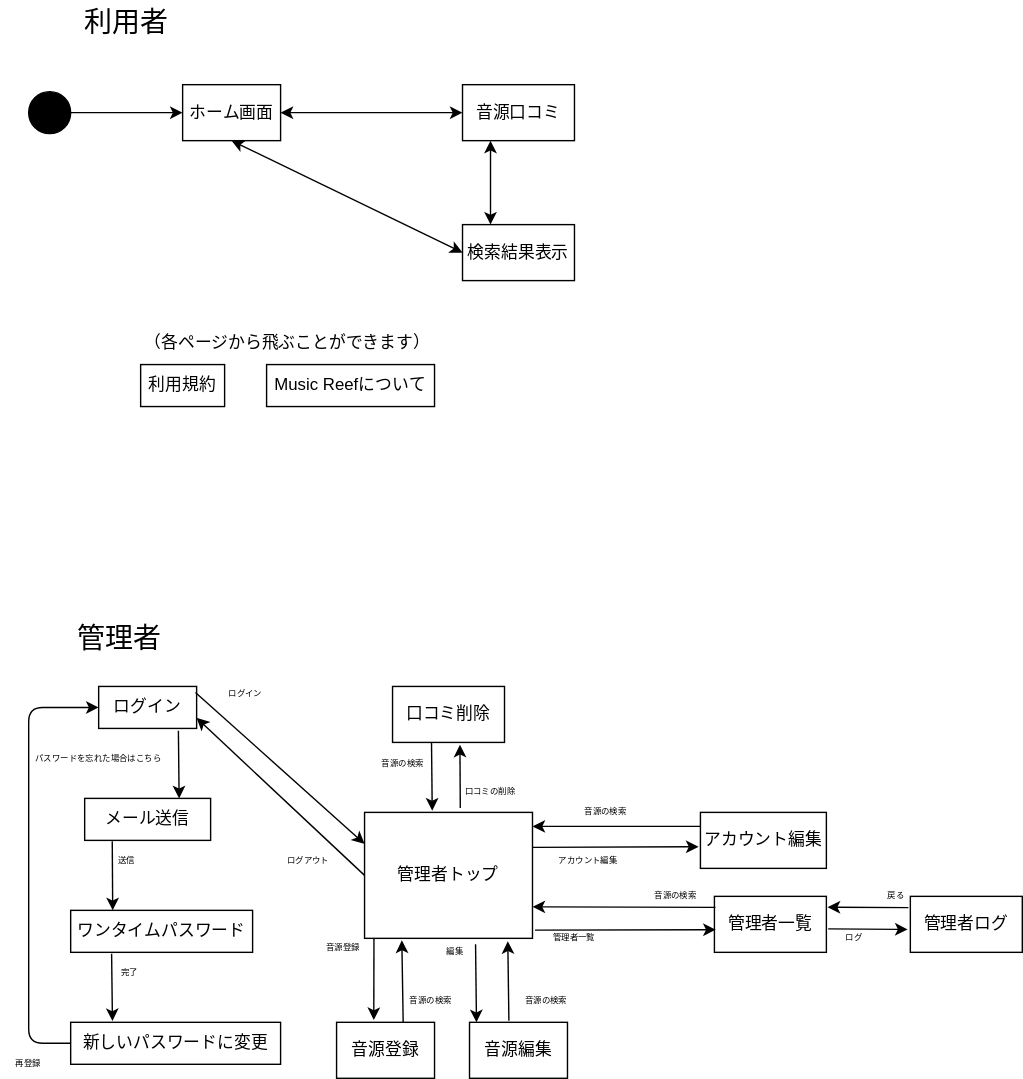
Above: ab.drawio.svg in IshiYoshi765/uml-introduction (draw.io), before the change. Source tidied: cells renumbered, new cells last; positions are measured from the earlier drawing's top-left corner, leaving out a move shared by most shapes.
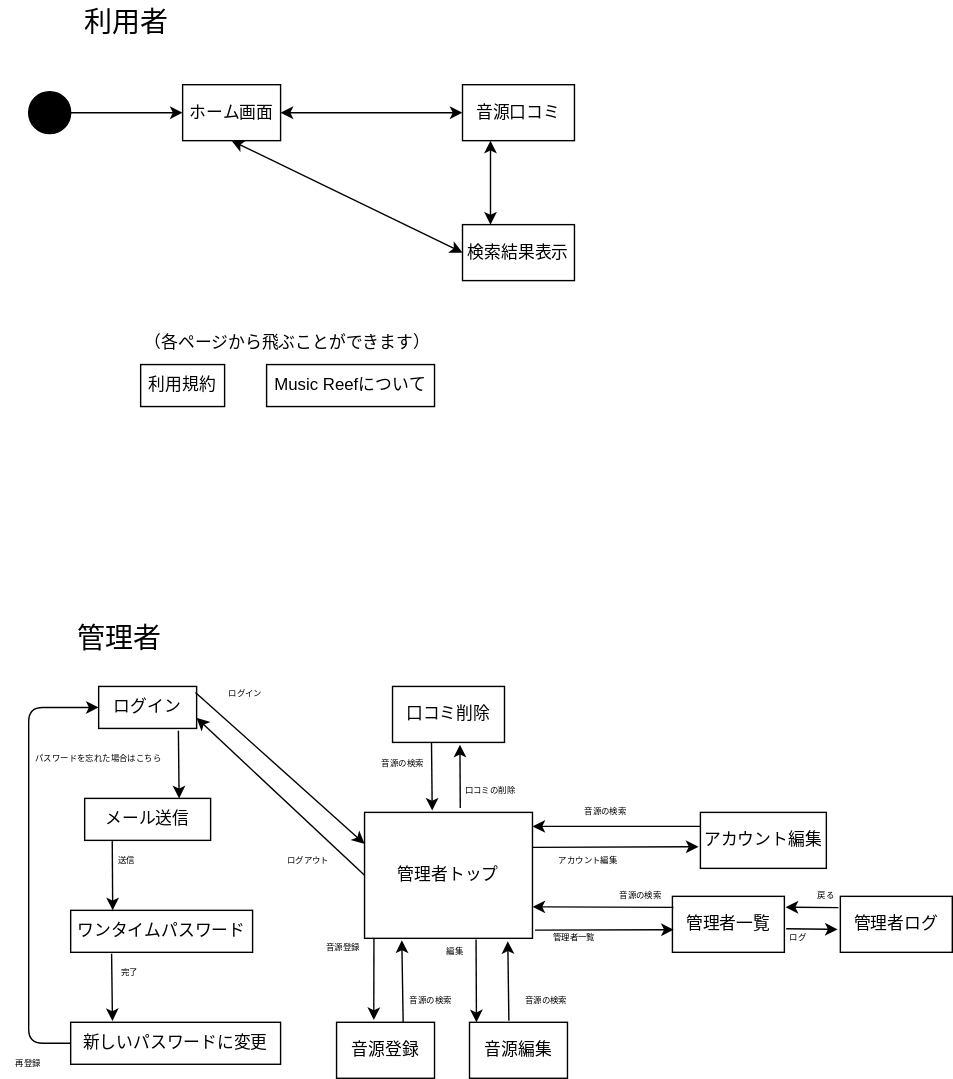
Later version of the same file.

Commit message:
アカウント編集

Change to the diagram source:
```diff
@@ -56,10 +56,10 @@
       <mxGeometry x="500" y="580" width="90" height="40" as="geometry" />
     </mxCell>
     <mxCell id="19" value="管理者一覧" style="rounded=0;whiteSpace=wrap;html=1;" parent="1" vertex="1">
-      <mxGeometry x="510" y="640" width="80" height="40" as="geometry" />
+      <mxGeometry x="480" y="640" width="80" height="40" as="geometry" />
     </mxCell>
     <mxCell id="20" value="管理者ログ" style="rounded=0;whiteSpace=wrap;html=1;" parent="1" vertex="1">
-      <mxGeometry x="650" y="640" width="80" height="40" as="geometry" />
+      <mxGeometry x="600" y="640" width="80" height="40" as="geometry" />
     </mxCell>
     <mxCell id="21" value="音源編集" style="rounded=0;whiteSpace=wrap;html=1;" parent="1" vertex="1">
       <mxGeometry x="335" y="730" width="70" height="40" as="geometry" />
@@ -123,7 +123,7 @@
     <mxCell id="39" style="endArrow=classic;html=1;fontSize=6;entryX=0.222;entryY=1.016;entryDx=0;entryDy=0;entryPerimeter=0;exitX=0.68;exitY=-0.001;exitDx=0;exitDy=0;exitPerimeter=0;" parent="1" edge="1" source="16" target="15">
       <mxGeometry relative="1" as="geometry" />
     </mxCell>
-    <mxCell id="40" style="endArrow=classic;html=1;fontSize=6;exitX=0.661;exitY=1.047;exitDx=0;exitDy=0;exitPerimeter=0;entryX=0.071;entryY=0;entryDx=0;entryDy=0;entryPerimeter=0;" parent="1" edge="1" source="15" target="21">
+    <mxCell id="40" style="endArrow=classic;html=1;fontSize=6;exitX=0.867;exitY=0.044;exitDx=0;exitDy=0;exitPerimeter=0;entryX=0.071;entryY=0;entryDx=0;entryDy=0;entryPerimeter=0;" parent="1" edge="1" source="55" target="21">
       <mxGeometry relative="1" as="geometry" />
     </mxCell>
     <mxCell id="41" style="endArrow=classic;html=1;fontSize=6;entryX=0.853;entryY=1.023;entryDx=0;entryDy=0;entryPerimeter=0;exitX=0.402;exitY=-0.029;exitDx=0;exitDy=0;exitPerimeter=0;" parent="1" edge="1" source="21" target="15">
@@ -182,16 +182,16 @@
       <mxGeometry x="405" y="570" width="55" height="20" as="geometry" />
     </mxCell>
     <mxCell id="58" value="音源の検索" style="text;html=1;strokeColor=none;fillColor=none;align=center;verticalAlign=middle;whiteSpace=wrap;rounded=0;fontSize=6;" parent="1" vertex="1">
-      <mxGeometry x="455" y="630" width="55" height="20" as="geometry" />
+      <mxGeometry x="430" y="630" width="55" height="20" as="geometry" />
     </mxCell>
     <mxCell id="59" value="管理者一覧" style="text;html=1;strokeColor=none;fillColor=none;align=center;verticalAlign=middle;whiteSpace=wrap;rounded=0;fontSize=6;" parent="1" vertex="1">
       <mxGeometry x="380" y="660" width="60" height="20" as="geometry" />
     </mxCell>
     <mxCell id="60" value="ログ" style="text;html=1;strokeColor=none;fillColor=none;align=center;verticalAlign=middle;whiteSpace=wrap;rounded=0;fontSize=6;" parent="1" vertex="1">
-      <mxGeometry x="590" y="660" width="40" height="20" as="geometry" />
+      <mxGeometry x="550" y="660" width="40" height="20" as="geometry" />
     </mxCell>
     <mxCell id="61" value="戻る" style="text;html=1;strokeColor=none;fillColor=none;align=center;verticalAlign=middle;whiteSpace=wrap;rounded=0;fontSize=6;" parent="1" vertex="1">
-      <mxGeometry x="620" y="630" width="40" height="20" as="geometry" />
+      <mxGeometry x="570" y="630" width="40" height="20" as="geometry" />
     </mxCell>
   </root>
 </mxGraphModel>
```
